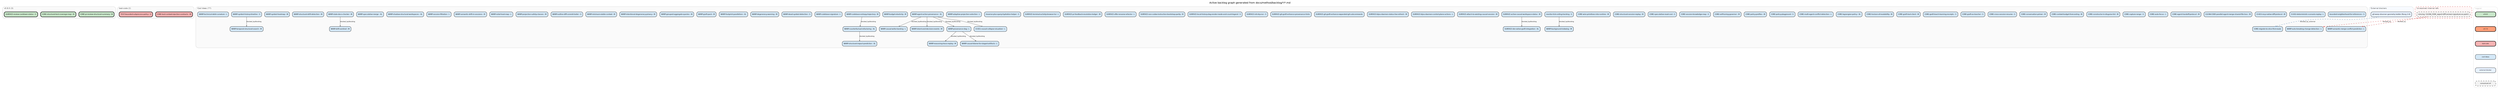
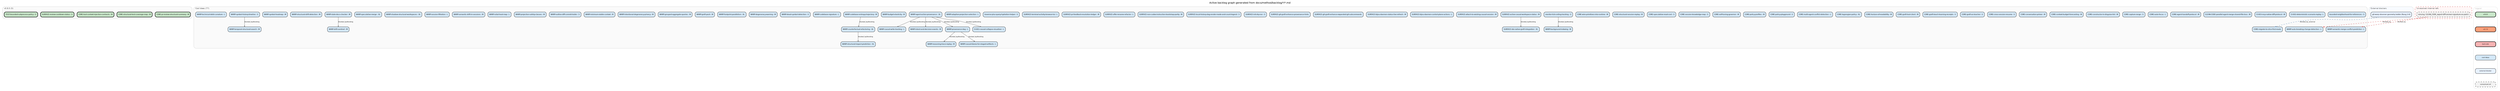
digraph backlog {
  rankdir=TB
  fontname="Helvetica"
  label="Active backlog graph generated from docs/method/backlog/*/*.md"
  labelloc=t
  fontsize=12
  node [shape=box style="rounded,filled" fontname="Helvetica" fontsize=8 margin="0.1,0.05" height=0.35]
  edge [color="#666666" arrowsize=0.5 fontname="Helvetica" fontsize=7]
  newrank=true
  ranksep=0.55
  nodesep=0.2

  subgraph cluster_v0_8_0 {
-     label="v0.8.0 (3)" labeljust=l fontsize=9 fontcolor="#555555"
+     label="v0.8.0 (5)" labeljust=l fontsize=9 fontcolor="#555555"
    style=rounded color="#cccccc" bgcolor="#fafafa"
    v0_8_0_CORE_pr_review_structural_summary [label="CORE-pr-review-structural-summary - M" fillcolor="#C8E6C9" penwidth=2]
    v0_8_0_CORE_structural_test_coverage_map [label="CORE-structural-test-coverage-map - M" fillcolor="#C8E6C9" penwidth=2]
+     v0_8_0_CORE_tool_context_injection_contracts [label="CORE-tool-context-injection-contracts - M" fillcolor="#C8E6C9" penwidth=2]
    v0_8_0_SURFACE_review_cooldown_status [label="SURFACE-review-cooldown-status - S" fillcolor="#C8E6C9" penwidth=2]
-   }
- 
-   subgraph cluster_bad_code {
-     label="bad-code (2)" labeljust=l fontsize=9 fontcolor="#555555"
-     style=rounded color="#cccccc" bgcolor="#fafafa"
-     bad_code_CORE_tool_context_injection_contracts [label="CORE-tool-context-injection-contracts - M" fillcolor="#F6B3B3" penwidth=2]
-     bad_code_TEST_bounded_subprocess_policy [label="TEST-bounded-subprocess-policy - S" fillcolor="#F6B3B3" penwidth=2]
+     v0_8_0_TEST_bounded_subprocess_policy [label="TEST-bounded-subprocess-policy - S" fillcolor="#C8E6C9" penwidth=2]
  }

  subgraph cluster_cool_ideas {
    label="Cool Ideas (77)" labeljust=l fontsize=9 fontcolor="#555555"
    style=rounded color="#cccccc" bgcolor="#fafafa"
    cool_ideas_bounded_neighborhood_for_references [label="bounded-neighborhood-for-references - S" fillcolor="#D4E8F7" penwidth=1]
    cool_ideas_CI_001_causal_collapse_visualizer [label="CI-001-causal-collapse-visualizer - L" fillcolor="#D4E8F7" penwidth=1]
    cool_ideas_CI_002_deterministic_scenario_replay [label="CI-002-deterministic-scenario-replay - L" fillcolor="#D4E8F7" penwidth=1]
    cool_ideas_CI_003_mcp_native_diff_protocol [label="CI-003-mcp-native-diff-protocol - M" fillcolor="#D4E8F7" penwidth=1]
    cool_ideas_CLEAN_CODE_parallel_agent_merge_shared_file_loss [label="CLEAN-CODE-parallel-agent-merge-shared-file-loss - M" fillcolor="#D4E8F7" penwidth=1]
    cool_ideas_CORE_agent_handoff_protocol [label="CORE-agent-handoff-protocol - M" fillcolor="#D4E8F7" penwidth=1]
    cool_ideas_CORE_auto_focus [label="CORE-auto-focus - L" fillcolor="#D4E8F7" penwidth=1]
    cool_ideas_CORE_capture_range [label="CORE-capture-range - S" fillcolor="#D4E8F7" penwidth=1]
    cool_ideas_CORE_constructor_in_disguise_lint [label="CORE-constructor-in-disguise-lint - M" fillcolor="#D4E8F7" penwidth=1]
    cool_ideas_CORE_context_budget_forecasting [label="CORE-context-budget-forecasting - M" fillcolor="#D4E8F7" penwidth=1]
    cool_ideas_CORE_conversation_primer [label="CORE-conversation-primer - M" fillcolor="#D4E8F7" penwidth=1]
    cool_ideas_CORE_cross_session_resume [label="CORE-cross-session-resume - S" fillcolor="#D4E8F7" penwidth=1]
    cool_ideas_CORE_graft_as_teacher [label="CORE-graft-as-teacher - S" fillcolor="#D4E8F7" penwidth=1]
    cool_ideas_CORE_graft_teach_learning_receipts [label="CORE-graft-teach-learning-receipts - S" fillcolor="#D4E8F7" penwidth=1]
    cool_ideas_CORE_graft_tool_client [label="CORE-graft-tool-client - M" fillcolor="#D4E8F7" penwidth=1]
    cool_ideas_CORE_horizon_of_readability [label="CORE-horizon-of-readability - M" fillcolor="#D4E8F7" penwidth=1]
    cool_ideas_CORE_lagrangian_policy [label="CORE-lagrangian-policy - XL" fillcolor="#D4E8F7" penwidth=1]
    cool_ideas_CORE_migrate_to_slice_first_reads [label="CORE-migrate-to-slice-first-reads" fillcolor="#D4E8F7" penwidth=1]
    cool_ideas_CORE_multi_agent_conflict_detection [label="CORE-multi-agent-conflict-detection - L" fillcolor="#D4E8F7" penwidth=1]
    cool_ideas_CORE_policy_playground [label="CORE-policy-playground - S" fillcolor="#D4E8F7" penwidth=1]
    cool_ideas_CORE_policy_profiles [label="CORE-policy-profiles - M" fillcolor="#D4E8F7" penwidth=1]
    cool_ideas_CORE_self_tuning_governor [label="CORE-self-tuning-governor - M" fillcolor="#D4E8F7" penwidth=1]
    cool_ideas_CORE_session_knowledge_map [label="CORE-session-knowledge-map - S" fillcolor="#D4E8F7" penwidth=1]
    cool_ideas_CORE_speculative_read_cost [label="CORE-speculative-read-cost - S" fillcolor="#D4E8F7" penwidth=1]
    cool_ideas_CORE_structural_session_replay [label="CORE-structural-session-replay - M" fillcolor="#D4E8F7" penwidth=1]
    cool_ideas_CORE_wire_primitives_into_runtime [label="CORE-wire-primitives-into-runtime - M" fillcolor="#D4E8F7" penwidth=1]
    cool_ideas_monitor_tick_ceiling_tracking [label="monitor-tick-ceiling-tracking - S" fillcolor="#D4E8F7" penwidth=1]
    cool_ideas_SURFACE_active_causal_workspace_status [label="SURFACE-active-causal-workspace-status - M" fillcolor="#D4E8F7" penwidth=1]
    cool_ideas_SURFACE_attach_to_existing_causal_session [label="SURFACE-attach-to-existing-causal-session - M" fillcolor="#D4E8F7" penwidth=1]
    cool_ideas_SURFACE_bijou_daemon_control_plane_actions [label="SURFACE-bijou-daemon-control-plane-actions - L" fillcolor="#D4E8F7" penwidth=1]
    cool_ideas_SURFACE_bijou_daemon_status_live_refresh [label="SURFACE-bijou-daemon-status-live-refresh - M" fillcolor="#D4E8F7" penwidth=1]
    cool_ideas_SURFACE_git_graft_enhance_expanded_git_subcommands [label="SURFACE-git-graft-enhance-expanded-git-subcommands" fillcolor="#D4E8F7" penwidth=1]
    cool_ideas_SURFACE_git_graft_enhance_provenance_hints [label="SURFACE-git-graft-enhance-provenance-hints" fillcolor="#D4E8F7" penwidth=1]
    cool_ideas_SURFACE_ide_native_graft_integration [label="SURFACE-ide-native-graft-integration - XL" fillcolor="#D4E8F7" penwidth=1]
    cool_ideas_SURFACE_init_dry_run [label="SURFACE-init-dry-run - S" fillcolor="#D4E8F7" penwidth=1]
    cool_ideas_SURFACE_local_history_dag_render_mode_and_count_legend [label="SURFACE-local-history-dag-render-mode-and-count-legend - S" fillcolor="#D4E8F7" penwidth=1]
    cool_ideas_SURFACE_non_codex_instruction_bootstrap_parity [label="SURFACE-non-codex-instruction-bootstrap-parity - M" fillcolor="#D4E8F7" penwidth=1]
    cool_ideas_SURFACE_offer_rename_refactor [label="SURFACE-offer-rename-refactor - L" fillcolor="#D4E8F7" penwidth=1]
    cool_ideas_SURFACE_pr_feedback_resolution_ledger [label="SURFACE-pr-feedback-resolution-ledger - M" fillcolor="#D4E8F7" penwidth=1]
    cool_ideas_SURFACE_terminal_activity_browser_tui [label="SURFACE-terminal-activity-browser-tui - L" fillcolor="#D4E8F7" penwidth=1]
    cool_ideas_traverse_plus_query_hydration_helper [label="traverse-plus-query-hydration-helper - S" fillcolor="#D4E8F7" penwidth=1]
    cool_ideas_WARP_adaptive_projection_selection [label="WARP-adaptive-projection-selection - L" fillcolor="#D4E8F7" penwidth=1]
    cool_ideas_WARP_agent_action_provenance [label="WARP-agent-action-provenance - XL" fillcolor="#D4E8F7" penwidth=1]
    cool_ideas_WARP_auto_breaking_change_detection [label="WARP-auto-breaking-change-detection - L" fillcolor="#D4E8F7" penwidth=1]
    cool_ideas_WARP_background_indexing [label="WARP-background-indexing - M" fillcolor="#D4E8F7" penwidth=1]
    cool_ideas_WARP_budget_elasticity [label="WARP-budget-elasticity - M" fillcolor="#D4E8F7" penwidth=1]
    cool_ideas_WARP_causal_blame_for_staged_artifacts [label="WARP-causal-blame-for-staged-artifacts - L" fillcolor="#D4E8F7" penwidth=1]
    cool_ideas_WARP_causal_write_tracking [label="WARP-causal-write-tracking - L" fillcolor="#D4E8F7" penwidth=1]
    cool_ideas_WARP_codebase_entropy_trajectory [label="WARP-codebase-entropy-trajectory - M" fillcolor="#D4E8F7" penwidth=1]
    cool_ideas_WARP_codebase_signature [label="WARP-codebase-signature - L" fillcolor="#D4E8F7" penwidth=1]
    cool_ideas_WARP_counterfactual_refactoring [label="WARP-counterfactual-refactoring - XL" fillcolor="#D4E8F7" penwidth=1]
    cool_ideas_WARP_dead_symbol_detection [label="WARP-dead-symbol-detection - S" fillcolor="#D4E8F7" penwidth=1]
    cool_ideas_WARP_degeneracy_warning [label="WARP-degeneracy-warning - M" fillcolor="#D4E8F7" penwidth=1]
    cool_ideas_WARP_drift_sentinel [label="WARP-drift-sentinel - M" fillcolor="#D4E8F7" penwidth=1]
    cool_ideas_WARP_footprint_parallelism [label="WARP-footprint-parallelism - XL" fillcolor="#D4E8F7" penwidth=1]
    cool_ideas_WARP_graft_pack [label="WARP-graft-pack - M" fillcolor="#D4E8F7" penwidth=1]
    cool_ideas_WARP_grouped_aggregate_queries [label="WARP-grouped-aggregate-queries - M" fillcolor="#D4E8F7" penwidth=1]
    cool_ideas_WARP_intent_and_decision_events [label="WARP-intent-and-decision-events - M" fillcolor="#D4E8F7" penwidth=1]
    cool_ideas_WARP_intentional_degeneracy_privacy [label="WARP-intentional-degeneracy-privacy - M" fillcolor="#D4E8F7" penwidth=1]
    cool_ideas_WARP_minimum_viable_context [label="WARP-minimum-viable-context - M" fillcolor="#D4E8F7" penwidth=1]
    cool_ideas_WARP_outline_diff_commit_trailer [label="WARP-outline-diff-commit-trailer - S" fillcolor="#D4E8F7" penwidth=1]
    cool_ideas_WARP_projection_safety_classes [label="WARP-projection-safety-classes - M" fillcolor="#D4E8F7" penwidth=1]
    cool_ideas_WARP_provenance_dag [label="WARP-provenance-dag - L" fillcolor="#D4E8F7" penwidth=1]
    cool_ideas_WARP_reasoning_trace_replay [label="WARP-reasoning-trace-replay - M" fillcolor="#D4E8F7" penwidth=1]
    cool_ideas_WARP_rulial_heat_map [label="WARP-rulial-heat-map - L" fillcolor="#D4E8F7" penwidth=1]
    cool_ideas_WARP_semantic_drift_in_sessions [label="WARP-semantic-drift-in-sessions - M" fillcolor="#D4E8F7" penwidth=1]
    cool_ideas_WARP_semantic_merge_conflict_prediction [label="WARP-semantic-merge-conflict-prediction - L" fillcolor="#D4E8F7" penwidth=1]
    cool_ideas_WARP_session_filtration [label="WARP-session-filtration - L" fillcolor="#D4E8F7" penwidth=1]
    cool_ideas_WARP_shadow_structural_workspaces [label="WARP-shadow-structural-workspaces - XL" fillcolor="#D4E8F7" penwidth=1]
    cool_ideas_WARP_speculative_merge [label="WARP-speculative-merge - XL" fillcolor="#D4E8F7" penwidth=1]
    cool_ideas_WARP_stale_docs_checker [label="WARP-stale-docs-checker - M" fillcolor="#D4E8F7" penwidth=1]
    cool_ideas_WARP_structural_drift_detection [label="WARP-structural-drift-detection - M" fillcolor="#D4E8F7" penwidth=1]
    cool_ideas_WARP_structural_impact_prediction [label="WARP-structural-impact-prediction - XL" fillcolor="#D4E8F7" penwidth=1]
    cool_ideas_WARP_symbol_heatmap [label="WARP-symbol-heatmap - M" fillcolor="#D4E8F7" penwidth=1]
    cool_ideas_WARP_symbol_history_timeline [label="WARP-symbol-history-timeline - S" fillcolor="#D4E8F7" penwidth=1]
    cool_ideas_WARP_technical_debt_curvature [label="WARP-technical-debt-curvature - L" fillcolor="#D4E8F7" penwidth=1]
    cool_ideas_WARP_temporal_structural_search [label="WARP-temporal-structural-search - M" fillcolor="#D4E8F7" penwidth=1]
  }

  subgraph cluster_external {
    label="External blockers" labeljust=l fontsize=9 fontcolor="#555555"
    style=rounded color="#cccccc" bgcolor="#f8fbff"
    external_git_warp_observer_geometry_ladder__Rung_2_4_ [label="git-warp observer geometry ladder (Rung 2-4)" fillcolor="#E8F2FF" penwidth=1]
  }

  subgraph cluster_unresolved {
    label="Unresolved internal refs" labeljust=l fontsize=9 fontcolor="#555555"
    style="rounded,dashed" color="#cc3333" bgcolor="#fff7f7"
    unresolved_CLEAN_CODE_export_diff_semver_signature_as_patch [label="missing: CLEAN_CODE_export-diff-semver-signature-as-patch" fillcolor="#F2F2F2" penwidth=1 style="rounded,dashed,filled"]
  }

  cool_ideas_monitor_tick_ceiling_tracking -> cool_ideas_WARP_background_indexing [label="blocked_by/blocking"]
  cool_ideas_SURFACE_active_causal_workspace_status -> cool_ideas_SURFACE_ide_native_graft_integration [label="blocked_by/blocking"]
  cool_ideas_WARP_agent_action_provenance -> cool_ideas_CI_001_causal_collapse_visualizer [label="blocked_by/blocking"]
  cool_ideas_WARP_agent_action_provenance -> cool_ideas_WARP_causal_write_tracking [label="blocked_by/blocking"]
  cool_ideas_WARP_agent_action_provenance -> cool_ideas_WARP_intent_and_decision_events [label="blocked_by/blocking"]
  cool_ideas_WARP_agent_action_provenance -> cool_ideas_WARP_provenance_dag [label="blocked_by/blocking"]
  cool_ideas_WARP_codebase_entropy_trajectory -> cool_ideas_WARP_counterfactual_refactoring [label="blocked_by/blocking"]
  cool_ideas_WARP_counterfactual_refactoring -> cool_ideas_WARP_structural_impact_prediction [label="blocked_by/blocking"]
  cool_ideas_WARP_provenance_dag -> cool_ideas_WARP_causal_blame_for_staged_artifacts [label="blocked_by/blocking"]
  cool_ideas_WARP_provenance_dag -> cool_ideas_WARP_reasoning_trace_replay [label="blocked_by/blocking"]
  cool_ideas_WARP_stale_docs_checker -> cool_ideas_WARP_drift_sentinel [label="blocked_by/blocking"]
  cool_ideas_WARP_symbol_history_timeline -> cool_ideas_WARP_temporal_structural_search [label="blocked_by/blocking"]
  external_git_warp_observer_geometry_ladder__Rung_2_4_ -> cool_ideas_CORE_migrate_to_slice_first_reads [label="blocked_by_external" style=dashed color="#4477AA"]
  unresolved_CLEAN_CODE_export_diff_semver_signature_as_patch -> cool_ideas_WARP_auto_breaking_change_detection [label="blocked_by" style=dashed color="#CC3333"]
  unresolved_CLEAN_CODE_export_diff_semver_signature_as_patch -> cool_ideas_WARP_semantic_merge_conflict_prediction [label="blocked_by" style=dashed color="#CC3333"]

  subgraph cluster_legend {
    label="Legend" labeljust=l fontsize=8 fontcolor="#aaaaaa"
    style=rounded color="#dddddd"
    node [fontsize=7 width=1.4]
    leg_v08 [label="v0.8.0" fillcolor="#C8E6C9" penwidth=2]
    leg_v07 [label="v0.7.0" fillcolor="#FFA07A" penwidth=2]
    leg_bad [label="bad-code" fillcolor="#F6B3B3" penwidth=2]
    leg_idea [label="cool-ideas" fillcolor="#D4E8F7" penwidth=1]
    leg_external [label="external blocker" fillcolor="#E8F2FF" penwidth=1]
    leg_unresolved [label="unresolved ref" fillcolor="#F2F2F2" penwidth=1 style="rounded,dashed,filled"]
    leg_v08 -> leg_v07 [style=invis]
    leg_v07 -> leg_bad [style=invis]
    leg_bad -> leg_idea [style=invis]
    leg_idea -> leg_external [style=invis]
    leg_external -> leg_unresolved [style=invis]
  }
}
